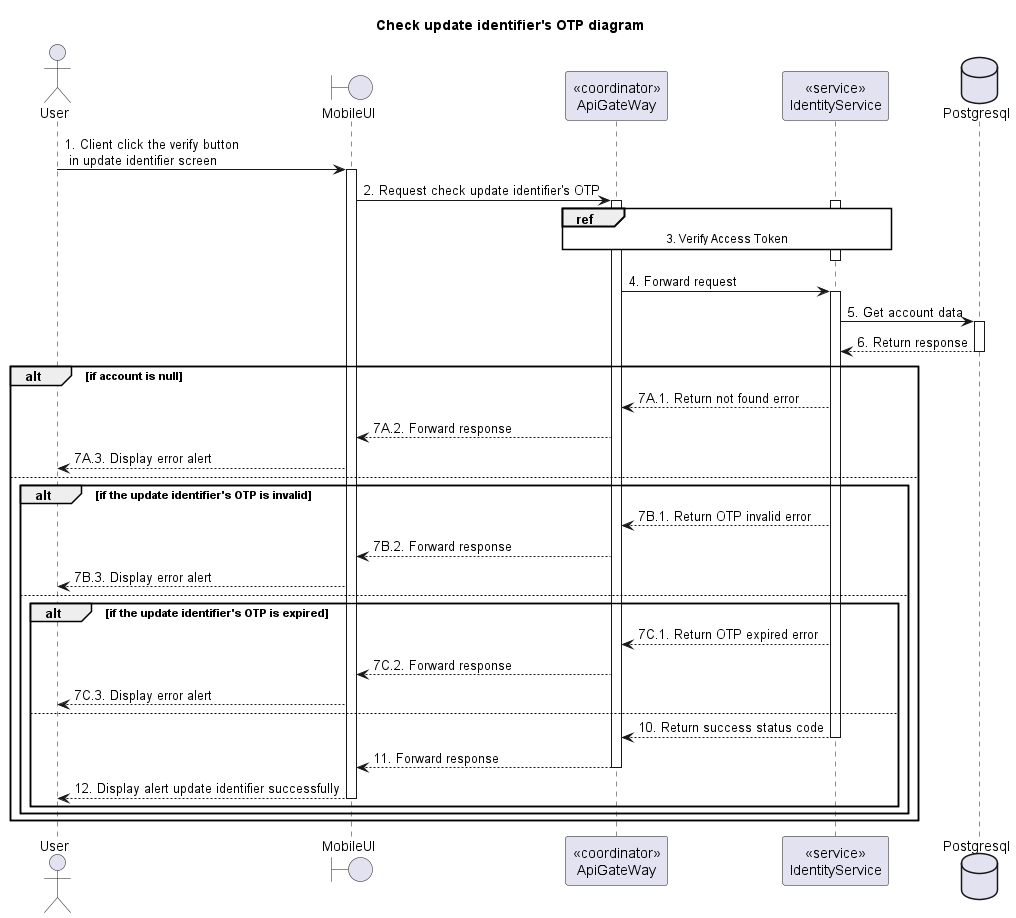
Earlier version of the PlantUML export doc/SDS/Identity/CheckUpdateIdentifierOTP/Sequence.png (Carl-Johnsons/tastopia).
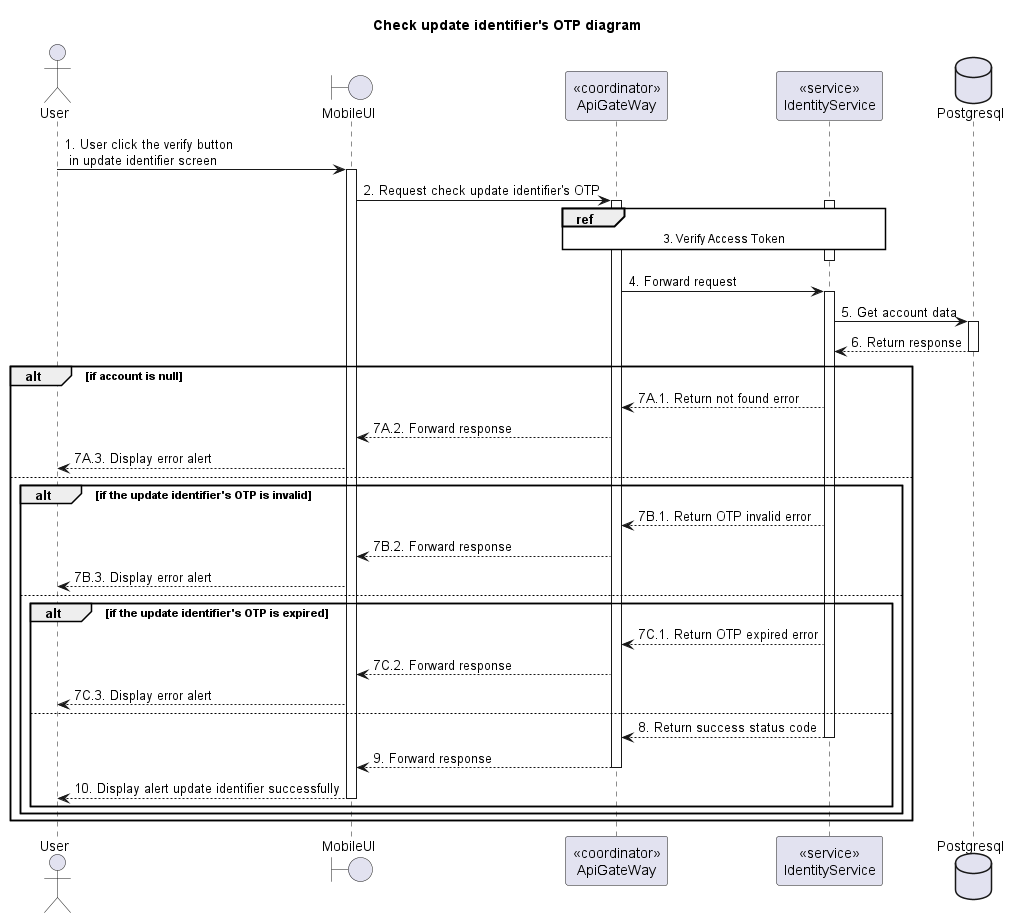
Later version of the same file.

What changed in the source:
```diff
@@ -15,7 +15,7 @@
 participant "<<service>>\nIdentityService" as IdentityService
 database Postgresql
 
-User -> MobileUI ++: 1. Client click the verify button\n in update identifier screen
+User -> MobileUI ++: 1. User click the verify button\n in update identifier screen
 MobileUI -> ApiGateway ++: 2. Request check update identifier's OTP
 
 activate IdentityService
@@ -42,9 +42,9 @@
       MobileUI <-- ApiGateway: 7C.2. Forward response
       User <-- MobileUI: 7C.3. Display error alert
     else
-      ApiGateway <-- IdentityService --: 10. Return success status code
-      MobileUI <-- ApiGateway --: 11. Forward response
-      User <-- MobileUI --: 12. Display alert update identifier successfully
+      ApiGateway <-- IdentityService --: 8. Return success status code
+      MobileUI <-- ApiGateway --: 9. Forward response
+      User <-- MobileUI --: 10. Display alert update identifier successfully
     end
   end
 end
```
